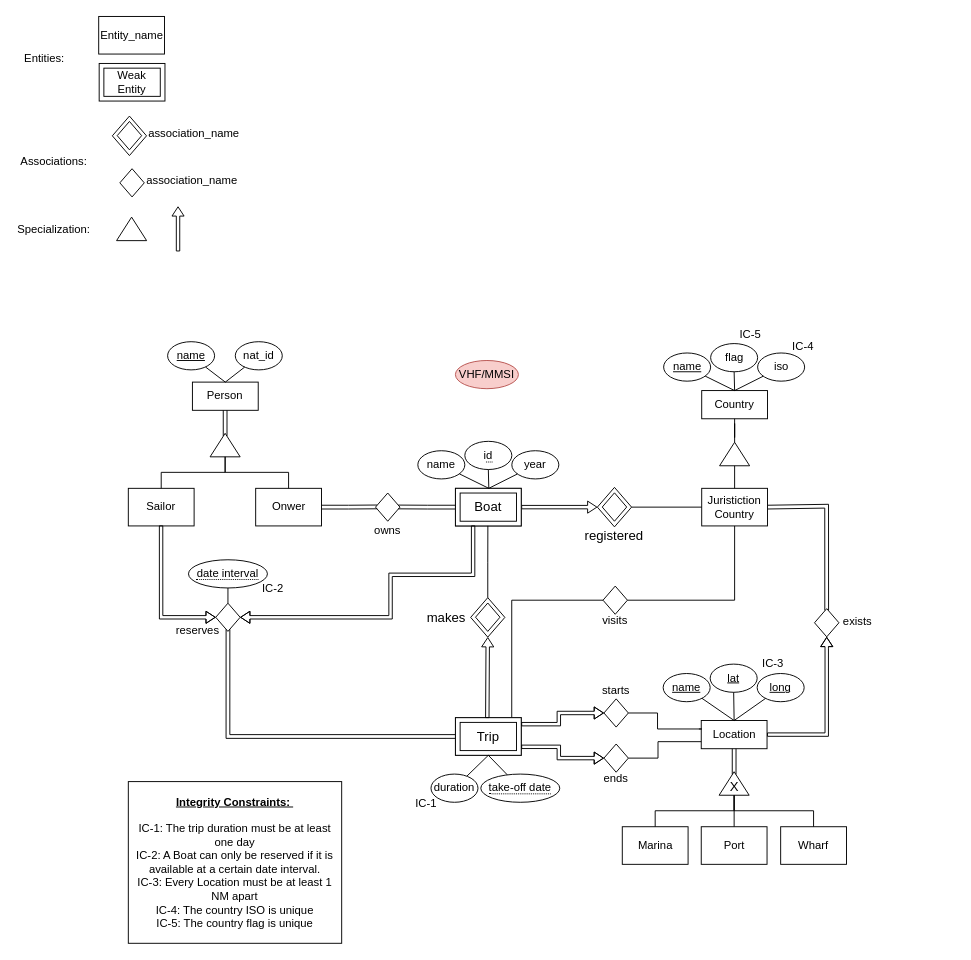
Before: Project/proj1_diag_entity_association_v4.drawio in jamilsonjr/labs-and-project, a draw.io diagram. Source tidied: cells renumbered, new cells numbered last; positions are measured from the earlier drawing's top-left corner, leaving out a move shared by most shapes. Both pictures are drawn from the tidied source at 94%, with x=0, y=0 at pixel (16, 16).
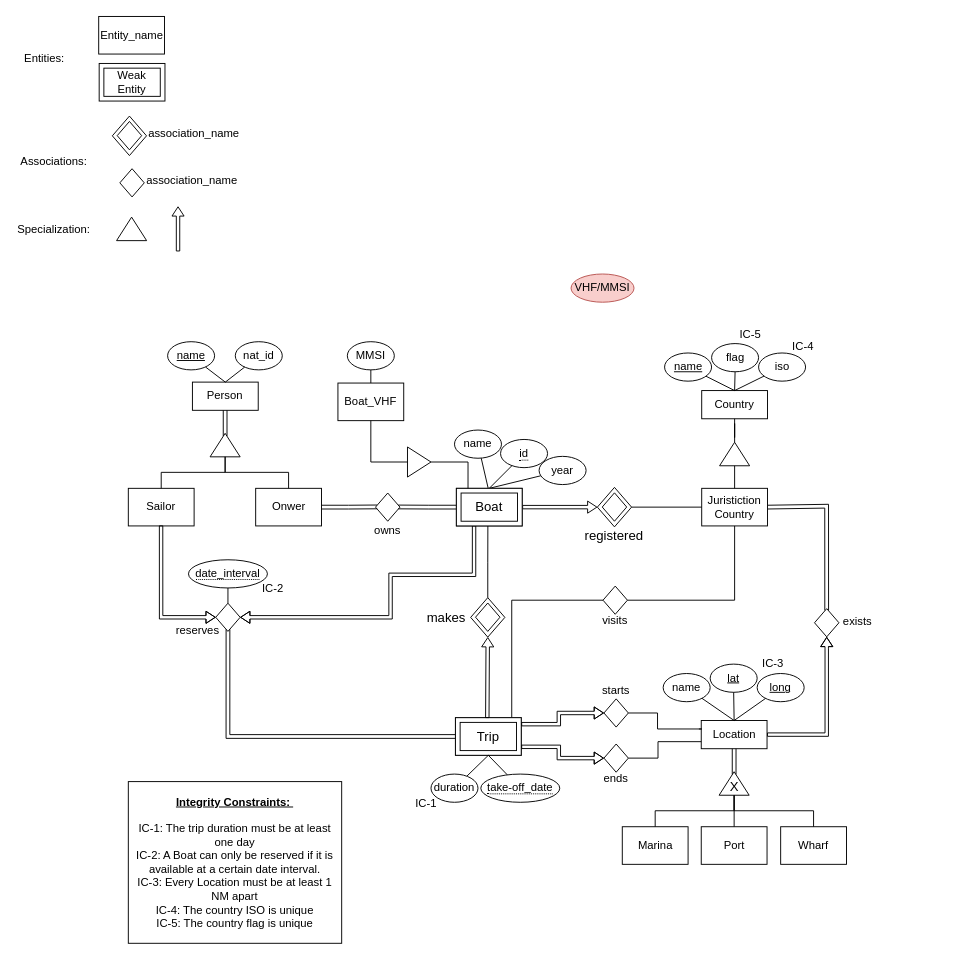
The same page after the edit.

Commit message:
13/12, Diagram v4 after doubt class

Unchanged cells that the change refers to:
```xml
<mxCell id="24" style="group;" parent="23" vertex="1">
  <mxGeometry x="43.5" width="172" height="90" as="geometry" />
</mxCell>
<mxCell id="36" style="group;" parent="32" vertex="1">
  <mxGeometry width="171.5" height="80" as="geometry" />
</mxCell>
```

The edit, as a diff of the source:
```diff
@@
-    <mxCell id="31" value="&lt;u&gt;name&lt;/u&gt;" style="ellipse;whiteSpace=wrap;html=1;" parent="24" vertex="1">
+    <mxCell id="31" value="name" style="ellipse;whiteSpace=wrap;html=1;" parent="24" vertex="1">
       <mxGeometry y="10" width="50" height="30" as="geometry" />
     </mxCell>
@@
     <mxCell id="37" value="iso" style="ellipse;whiteSpace=wrap;html=1;" parent="36" vertex="1">
-      <mxGeometry x="100" y="10" width="50" height="30" as="geometry" />
+      <mxGeometry x="101" y="10" width="50" height="30" as="geometry" />
     </mxCell>
     <mxCell id="38" value="flag" style="ellipse;whiteSpace=wrap;html=1;" parent="36" vertex="1">
-      <mxGeometry x="50" width="50" height="30" as="geometry" />
+      <mxGeometry x="51" width="50" height="30" as="geometry" />
     </mxCell>
@@
     <mxCell id="43" value="&lt;u&gt;name&lt;/u&gt;" style="ellipse;whiteSpace=wrap;html=1;" parent="36" vertex="1">
-      <mxGeometry y="10" width="50" height="30" as="geometry" />
+      <mxGeometry x="1" y="10" width="50" height="30" as="geometry" />
     </mxCell>
@@
-    <mxCell id="67" style="group;" parent="1" vertex="1">
-      <mxGeometry x="427" y="452" width="150" height="90" as="geometry" />
-    </mxCell>
-    <mxCell id="68" style="group;rounded=0;shadow=0;sketch=0;fontSize=14;strokeColor=default;strokeWidth=1;fillColor=default;gradientColor=none;" parent="67" vertex="1">
-      <mxGeometry x="40" y="50" width="70" height="40" as="geometry" />
-    </mxCell>
-    <mxCell id="69" style="rounded=0;whiteSpace=wrap;html=1;fontColor=#000000;fillColor=default;strokeWidth=1;shadow=0;sketch=0;fontSize=14;" parent="68" vertex="1">
-      <mxGeometry width="70" height="40" as="geometry" />
-    </mxCell>
-    <mxCell id="70" value="&lt;span&gt;Boat&lt;br&gt;&lt;/span&gt;" style="rounded=0;whiteSpace=wrap;html=1;fontColor=#000000;fillColor=default;strokeWidth=1;shadow=0;sketch=0;fontSize=14;" parent="68" vertex="1">
-      <mxGeometry x="5" y="5" width="60" height="30" as="geometry" />
-    </mxCell>
-    <mxCell id="71" value="year" style="ellipse;whiteSpace=wrap;html=1;" parent="67" vertex="1">
-      <mxGeometry x="100" y="10" width="50" height="30" as="geometry" />
-    </mxCell>
-    <mxCell id="72" value="&lt;div style=&quot;border-bottom: 1px dotted black&quot;&gt;id&lt;/div&gt;" style="ellipse;whiteSpace=wrap;html=1;" parent="67" vertex="1">
-      <mxGeometry x="50" width="50" height="30" as="geometry" />
-    </mxCell>
-    <mxCell id="73" style="edgeStyle=none;rounded=0;jettySize=auto;html=1;entryX=0.5;entryY=0;entryDx=0;entryDy=0;endArrow=none;endFill=0;" parent="67" edge="1" source="71">
-      <mxGeometry relative="1" as="geometry">
-        <mxPoint x="75.5" y="50" as="targetPoint" />
-      </mxGeometry>
-    </mxCell>
-    <mxCell id="74" style="edgeStyle=none;rounded=0;jettySize=auto;html=1;entryX=0.5;entryY=0;entryDx=0;entryDy=0;endArrow=none;endFill=0;" parent="67" edge="1" source="72">
-      <mxGeometry relative="1" as="geometry">
-        <mxPoint x="75.5" y="50" as="targetPoint" />
-      </mxGeometry>
-    </mxCell>
-    <mxCell id="75" style="rounded=0;jettySize=auto;html=1;endArrow=none;endFill=0;entryX=0.5;entryY=0;entryDx=0;entryDy=0;" parent="67" edge="1" source="76">
-      <mxGeometry relative="1" as="geometry">
-        <mxPoint x="75.5" y="50" as="targetPoint" />
-      </mxGeometry>
-    </mxCell>
-    <mxCell id="76" value="name" style="ellipse;whiteSpace=wrap;html=1;" parent="67" vertex="1">
-      <mxGeometry y="10" width="50" height="30" as="geometry" />
-    </mxCell>
@@
-    <mxCell id="92" value="&lt;div style=&quot;border-bottom: 1px dotted black ; line-height: 1&quot;&gt;take-off date&lt;/div&gt;" style="ellipse;whiteSpace=wrap;html=1;" parent="1" vertex="1">
+    <mxCell id="92" value="&lt;div style=&quot;border-bottom: 1px dotted black ; line-height: 1&quot;&gt;take-off_date&lt;/div&gt;" style="ellipse;whiteSpace=wrap;html=1;" parent="1" vertex="1">
       <mxGeometry x="494" y="806" width="84" height="30" as="geometry" />
     </mxCell>
@@
     <mxCell id="106" value="VHF/MMSI" style="ellipse;whiteSpace=wrap;html=1;fillColor=#f8cecc;strokeColor=#b85450;" parent="1" vertex="1">
-      <mxGeometry x="467" y="366" width="67" height="30" as="geometry" />
+      <mxGeometry x="590" y="274" width="67" height="30" as="geometry" />
     </mxCell>
@@
-    <mxCell id="124" value="&lt;div style=&quot;border-bottom: 1px dotted black ; line-height: 1&quot;&gt;date interval&lt;/div&gt;" style="ellipse;whiteSpace=wrap;html=1;" parent="1" vertex="1">
+    <mxCell id="124" value="&lt;div style=&quot;border-bottom: 1px dotted black ; line-height: 1&quot;&gt;date_interval&lt;/div&gt;" style="ellipse;whiteSpace=wrap;html=1;" parent="1" vertex="1">
       <mxGeometry x="183" y="578" width="84" height="30" as="geometry" />
     </mxCell>
@@
+    <mxCell id="130" style="group;" parent="1" vertex="1">
+      <mxGeometry x="342" y="346" width="70" height="84" as="geometry" />
+    </mxCell>
+    <mxCell id="131" value="Boat_VHF" style="rounded=0;whiteSpace=wrap;html=1;fontColor=#000000;fillColor=default;strokeWidth=1;" parent="130" vertex="1">
+      <mxGeometry y="44" width="70" height="40" as="geometry" />
+    </mxCell>
+    <mxCell id="132" value="MMSI" style="ellipse;whiteSpace=wrap;html=1;" parent="130" vertex="1">
+      <mxGeometry x="10" width="50" height="30" as="geometry" />
+    </mxCell>
+    <mxCell id="133" style="edgeStyle=none;rounded=0;jettySize=auto;html=1;endArrow=none;endFill=0;entryX=0.5;entryY=0;entryDx=0;entryDy=0;" parent="130" edge="1" source="132" target="131">
+      <mxGeometry relative="1" as="geometry" />
+    </mxCell>
+    <mxCell id="134" style="triangle;whiteSpace=wrap;html=1;rotation=0;direction=east;" parent="1" vertex="1">
+      <mxGeometry x="416" y="458" width="25" height="32" as="geometry" />
+    </mxCell>
+    <mxCell id="135" style="edgeStyle=orthogonalEdgeStyle;rounded=0;jettySize=auto;html=1;endArrow=none;endFill=0;entryX=0;entryY=0.5;entryDx=0;entryDy=0;" parent="1" edge="1" source="131" target="134">
+      <mxGeometry relative="1" as="geometry">
+        <Array as="points">
+          <mxPoint x="377" y="474" />
+        </Array>
+      </mxGeometry>
+    </mxCell>
+    <mxCell id="136" style="edgeStyle=none;rounded=0;jettySize=auto;html=1;entryX=0.5;entryY=0;entryDx=0;entryDy=0;endArrow=none;endFill=0;" parent="1" edge="1" source="71" target="69">
+      <mxGeometry relative="1" as="geometry" />
+    </mxCell>
+    <mxCell id="71" value="year" style="ellipse;whiteSpace=wrap;html=1;" parent="1" vertex="1">
+      <mxGeometry x="556" y="468" width="50" height="30" as="geometry" />
+    </mxCell>
+    <mxCell id="137" style="edgeStyle=none;rounded=0;jettySize=auto;html=1;entryX=0.5;entryY=0;entryDx=0;entryDy=0;endArrow=none;endFill=0;" parent="1" edge="1" source="72" target="69">
+      <mxGeometry relative="1" as="geometry" />
+    </mxCell>
+    <mxCell id="72" value="&lt;div style=&quot;border-bottom: 1px dotted black&quot;&gt;id&lt;/div&gt;" style="ellipse;whiteSpace=wrap;html=1;" parent="1" vertex="1">
+      <mxGeometry x="515" y="450" width="50" height="30" as="geometry" />
+    </mxCell>
+    <mxCell id="138" style="rounded=0;jettySize=auto;html=1;entryX=0.5;entryY=0;entryDx=0;entryDy=0;endArrow=none;endFill=0;" parent="1" edge="1" source="76" target="70">
+      <mxGeometry relative="1" as="geometry" />
+    </mxCell>
+    <mxCell id="76" value="name" style="ellipse;whiteSpace=wrap;html=1;" parent="1" vertex="1">
+      <mxGeometry x="466" y="440" width="50" height="30" as="geometry" />
+    </mxCell>
+    <mxCell id="68" style="group;rounded=0;shadow=0;sketch=0;fontSize=14;strokeColor=default;strokeWidth=1;fillColor=default;gradientColor=none;" parent="1" vertex="1">
+      <mxGeometry x="468" y="502" width="70" height="40" as="geometry" />
+    </mxCell>
+    <mxCell id="69" style="rounded=0;whiteSpace=wrap;html=1;fontColor=#000000;fillColor=default;strokeWidth=1;shadow=0;sketch=0;fontSize=14;" parent="68" vertex="1">
+      <mxGeometry width="70" height="40" as="geometry" />
+    </mxCell>
+    <mxCell id="70" value="&lt;span&gt;Boat&lt;br&gt;&lt;/span&gt;" style="rounded=0;whiteSpace=wrap;html=1;fontColor=#000000;fillColor=default;strokeWidth=1;shadow=0;sketch=0;fontSize=14;" parent="68" vertex="1">
+      <mxGeometry x="5" y="5" width="60" height="30" as="geometry" />
+    </mxCell>
+    <mxCell id="139" style="edgeStyle=orthogonalEdgeStyle;rounded=0;jettySize=auto;html=1;entryX=0.52;entryY=0;entryDx=0;entryDy=0;entryPerimeter=0;endArrow=none;endFill=0;" parent="1" edge="1" source="134">
+      <mxGeometry relative="1" as="geometry">
+        <mxPoint x="480.4" y="502" as="targetPoint" />
+        <Array as="points">
+          <mxPoint x="480" y="474" />
+        </Array>
+      </mxGeometry>
+    </mxCell>
```
